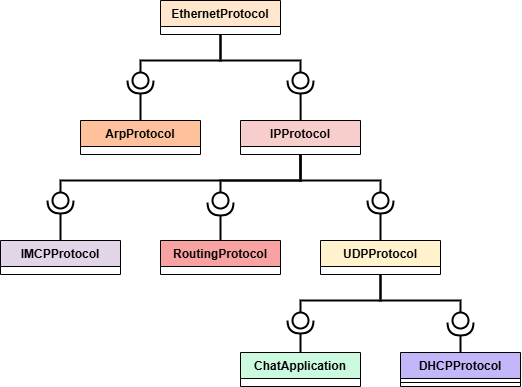
Above: appliedprog/diagrams/week18-protocol-tree.png in RichardMorris/TRUR3125-Applied-Programming-26-27 (draw.io), before the change. Source tidied: cells renumbered, new cells last; positions are measured from the earlier drawing's top-left corner, leaving out a move shared by most shapes.
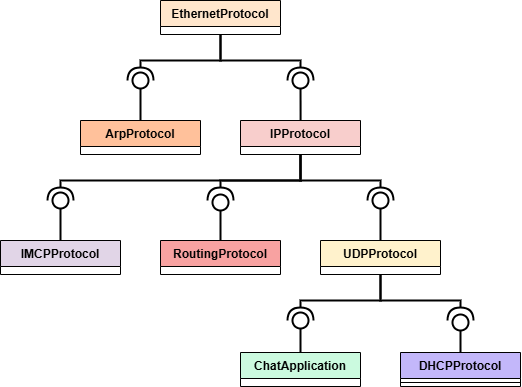
After the change.

Change to the diagram source:
```diff
@@ -8,12 +8,12 @@
     <mxCell id="3" value="IMCPProtocol" style="swimlane;fontStyle=1;align=center;verticalAlign=top;horizontal=1;startSize=26;whiteSpace=wrap;html=1;fillColor=#E1D5E7;" parent="1" vertex="1">
       <mxGeometry y="240" width="120" height="34" as="geometry" />
     </mxCell>
-    <mxCell id="4" style="rounded=0;jettySize=auto;html=1;endArrow=halfCircle;endFill=0;endSize=10;strokeWidth=2;sketch=0;" parent="1" edge="1" source="21">
+    <mxCell id="4" style="rounded=0;jettySize=auto;html=1;endArrow=oval;endFill=0;endSize=16;strokeWidth=2;sketch=0;strokeColor=default;align=center;verticalAlign=middle;fontFamily=Helvetica;fontSize=11;fontColor=default;labelBackgroundColor=default;sourcePerimeterSpacing=0;targetPerimeterSpacing=0;" parent="1" edge="1" source="21">
       <mxGeometry relative="1" as="geometry">
         <mxPoint x="140" y="80" as="targetPoint" />
       </mxGeometry>
     </mxCell>
-    <mxCell id="5" style="rounded=0;jettySize=auto;html=1;endArrow=oval;endFill=0;sketch=0;sourcePerimeterSpacing=0;targetPerimeterSpacing=0;endSize=16;strokeWidth=2;edgeStyle=orthogonalEdgeStyle;" parent="1" edge="1" source="18">
+    <mxCell id="5" style="rounded=0;jettySize=auto;html=1;endArrow=halfCircle;endFill=0;sketch=0;sourcePerimeterSpacing=0;targetPerimeterSpacing=0;endSize=10;strokeWidth=2;edgeStyle=orthogonalEdgeStyle;strokeColor=default;align=center;verticalAlign=middle;fontFamily=Helvetica;fontSize=11;fontColor=default;labelBackgroundColor=default;" parent="1" edge="1" source="18">
       <mxGeometry relative="1" as="geometry">
         <mxPoint x="300" y="80" as="targetPoint" />
         <Array as="points">
@@ -22,7 +22,7 @@
         </Array>
       </mxGeometry>
     </mxCell>
-    <mxCell id="6" style="rounded=0;jettySize=auto;html=1;endArrow=oval;endFill=0;sketch=0;sourcePerimeterSpacing=0;targetPerimeterSpacing=0;endSize=16;strokeWidth=2;edgeStyle=orthogonalEdgeStyle;" parent="1" edge="1" source="17">
+    <mxCell id="6" style="rounded=0;jettySize=auto;html=1;endArrow=halfCircle;endFill=0;sketch=0;sourcePerimeterSpacing=0;targetPerimeterSpacing=0;endSize=10;strokeWidth=2;edgeStyle=orthogonalEdgeStyle;strokeColor=default;align=center;verticalAlign=middle;fontFamily=Helvetica;fontSize=11;fontColor=default;labelBackgroundColor=default;" parent="1" edge="1" source="17">
       <mxGeometry relative="1" as="geometry">
         <mxPoint x="220" y="200" as="targetPoint" />
         <Array as="points">
@@ -31,7 +31,7 @@
         </Array>
       </mxGeometry>
     </mxCell>
-    <mxCell id="7" style="rounded=0;jettySize=auto;html=1;endArrow=oval;endFill=0;sketch=0;sourcePerimeterSpacing=0;targetPerimeterSpacing=0;endSize=16;strokeWidth=2;edgeStyle=orthogonalEdgeStyle;" parent="1" edge="1" source="17">
+    <mxCell id="7" style="rounded=0;jettySize=auto;html=1;endArrow=halfCircle;endFill=0;sketch=0;sourcePerimeterSpacing=0;targetPerimeterSpacing=0;endSize=10;strokeWidth=2;edgeStyle=orthogonalEdgeStyle;strokeColor=default;align=center;verticalAlign=middle;fontFamily=Helvetica;fontSize=11;fontColor=default;labelBackgroundColor=default;" parent="1" edge="1" source="17">
       <mxGeometry relative="1" as="geometry">
         <mxPoint x="380" y="200" as="targetPoint" />
         <Array as="points">
@@ -40,12 +40,12 @@
         </Array>
       </mxGeometry>
     </mxCell>
-    <mxCell id="8" style="rounded=0;jettySize=auto;html=1;endArrow=halfCircle;endFill=0;endSize=10;strokeWidth=2;sketch=0;" parent="1" edge="1" source="3">
+    <mxCell id="8" style="rounded=0;jettySize=auto;html=1;endArrow=oval;endFill=0;endSize=16;strokeWidth=2;sketch=0;strokeColor=default;align=center;verticalAlign=middle;fontFamily=Helvetica;fontSize=11;fontColor=default;labelBackgroundColor=default;sourcePerimeterSpacing=0;targetPerimeterSpacing=0;" parent="1" edge="1" source="3">
       <mxGeometry relative="1" as="geometry">
         <mxPoint x="60" y="200" as="targetPoint" />
       </mxGeometry>
     </mxCell>
-    <mxCell id="9" style="rounded=0;jettySize=auto;html=1;endArrow=halfCircle;endFill=0;endSize=10;strokeWidth=2;sketch=0;" parent="1" edge="1" source="2">
+    <mxCell id="9" style="rounded=0;jettySize=auto;html=1;endArrow=oval;endFill=0;endSize=16;strokeWidth=2;sketch=0;strokeColor=default;align=center;verticalAlign=middle;fontFamily=Helvetica;fontSize=11;fontColor=default;labelBackgroundColor=default;sourcePerimeterSpacing=0;targetPerimeterSpacing=0;" parent="1" edge="1" source="2">
       <mxGeometry relative="1" as="geometry">
         <mxPoint x="380" y="200" as="targetPoint" />
       </mxGeometry>
@@ -53,12 +53,12 @@
     <mxCell id="10" value="ChatApplication" style="swimlane;fontStyle=1;align=center;verticalAlign=top;horizontal=1;startSize=26;whiteSpace=wrap;html=1;fillColor=#CBFADF;" parent="1" vertex="1">
       <mxGeometry x="240" y="352" width="120" height="34" as="geometry" />
     </mxCell>
-    <mxCell id="11" style="rounded=0;jettySize=auto;html=1;endArrow=halfCircle;endFill=0;endSize=10;strokeWidth=2;sketch=0;" parent="1" edge="1" source="10">
+    <mxCell id="11" style="rounded=0;jettySize=auto;html=1;endArrow=oval;endFill=0;endSize=16;strokeWidth=2;sketch=0;strokeColor=default;align=center;verticalAlign=middle;fontFamily=Helvetica;fontSize=11;fontColor=default;labelBackgroundColor=default;sourcePerimeterSpacing=0;targetPerimeterSpacing=0;" parent="1" edge="1" source="10">
       <mxGeometry relative="1" as="geometry">
         <mxPoint x="300" y="320" as="targetPoint" />
       </mxGeometry>
     </mxCell>
-    <mxCell id="12" style="rounded=0;jettySize=auto;html=1;endArrow=oval;endFill=0;sketch=0;sourcePerimeterSpacing=0;targetPerimeterSpacing=0;endSize=16;strokeWidth=2;edgeStyle=orthogonalEdgeStyle;" parent="1" edge="1" source="2">
+    <mxCell id="12" style="rounded=0;jettySize=auto;html=1;endArrow=halfCircle;endFill=0;sketch=0;sourcePerimeterSpacing=0;targetPerimeterSpacing=0;endSize=10;strokeWidth=2;edgeStyle=orthogonalEdgeStyle;strokeColor=default;align=center;verticalAlign=middle;fontFamily=Helvetica;fontSize=11;fontColor=default;labelBackgroundColor=default;" parent="1" edge="1" source="2">
       <mxGeometry relative="1" as="geometry">
         <mxPoint x="460" y="320" as="targetPoint" />
         <Array as="points">
@@ -73,12 +73,12 @@
     <mxCell id="14" style="line;strokeWidth=1;fillColor=none;align=left;verticalAlign=middle;spacingTop=-1;spacingLeft=3;spacingRight=3;labelPosition=right;strokeColor=inherit;" parent="13" vertex="1">
       <mxGeometry y="26" width="120" height="8" as="geometry" />
     </mxCell>
-    <mxCell id="15" style="rounded=0;jettySize=auto;html=1;endArrow=halfCircle;endFill=0;endSize=10;strokeWidth=2;sketch=0;" parent="1" edge="1" source="13">
+    <mxCell id="15" style="rounded=0;jettySize=auto;html=1;endArrow=oval;endFill=0;endSize=16;strokeWidth=2;sketch=0;strokeColor=default;align=center;verticalAlign=middle;fontFamily=Helvetica;fontSize=11;fontColor=default;labelBackgroundColor=default;sourcePerimeterSpacing=0;targetPerimeterSpacing=0;" parent="1" edge="1" source="13">
       <mxGeometry relative="1" as="geometry">
         <mxPoint x="460" y="322" as="targetPoint" />
       </mxGeometry>
     </mxCell>
-    <mxCell id="16" style="rounded=0;jettySize=auto;html=1;endArrow=oval;endFill=0;sketch=0;sourcePerimeterSpacing=0;targetPerimeterSpacing=0;endSize=16;strokeWidth=2;edgeStyle=orthogonalEdgeStyle;" parent="1" edge="1" source="2">
+    <mxCell id="16" style="rounded=0;jettySize=auto;html=1;endArrow=halfCircle;endFill=0;sketch=0;sourcePerimeterSpacing=0;targetPerimeterSpacing=0;endSize=10;strokeWidth=2;edgeStyle=orthogonalEdgeStyle;strokeColor=default;align=center;verticalAlign=middle;fontFamily=Helvetica;fontSize=11;fontColor=default;labelBackgroundColor=default;" parent="1" edge="1" source="2">
       <mxGeometry relative="1" as="geometry">
         <mxPoint x="300" y="320" as="targetPoint" />
         <Array as="points">
@@ -93,12 +93,12 @@
     <mxCell id="18" value="EthernetProtocol" style="swimlane;fontStyle=1;align=center;verticalAlign=top;horizontal=1;startSize=26;whiteSpace=wrap;html=1;fillColor=#FFE6CC;" parent="1" vertex="1">
       <mxGeometry x="160" width="120" height="34" as="geometry" />
     </mxCell>
-    <mxCell id="19" style="rounded=0;jettySize=auto;html=1;endArrow=halfCircle;endFill=0;endSize=10;strokeWidth=2;sketch=0;edgeStyle=orthogonalEdgeStyle;" parent="1" edge="1" source="17">
+    <mxCell id="19" style="rounded=0;jettySize=auto;html=1;endArrow=oval;endFill=0;endSize=16;strokeWidth=2;sketch=0;edgeStyle=orthogonalEdgeStyle;strokeColor=default;align=center;verticalAlign=middle;fontFamily=Helvetica;fontSize=11;fontColor=default;labelBackgroundColor=default;sourcePerimeterSpacing=0;targetPerimeterSpacing=0;" parent="1" edge="1" source="17">
       <mxGeometry relative="1" as="geometry">
         <mxPoint x="300" y="80" as="targetPoint" />
       </mxGeometry>
     </mxCell>
-    <mxCell id="20" style="rounded=0;jettySize=auto;html=1;endArrow=oval;endFill=0;sketch=0;sourcePerimeterSpacing=0;targetPerimeterSpacing=0;endSize=16;strokeWidth=2;edgeStyle=orthogonalEdgeStyle;" parent="1" edge="1" source="18">
+    <mxCell id="20" style="rounded=0;jettySize=auto;html=1;endArrow=halfCircle;endFill=0;sketch=0;sourcePerimeterSpacing=0;targetPerimeterSpacing=0;endSize=10;strokeWidth=2;edgeStyle=orthogonalEdgeStyle;strokeColor=default;align=center;verticalAlign=middle;fontFamily=Helvetica;fontSize=11;fontColor=default;labelBackgroundColor=default;" parent="1" edge="1" source="18">
       <mxGeometry relative="1" as="geometry">
         <mxPoint x="140" y="80" as="targetPoint" />
         <Array as="points">
@@ -113,7 +113,7 @@
     <mxCell id="22" value="RoutingProtocol" style="swimlane;fontStyle=1;align=center;verticalAlign=top;horizontal=1;startSize=26;whiteSpace=wrap;html=1;fillColor=#F8A2A1;" parent="1" vertex="1">
       <mxGeometry x="160" y="240" width="120" height="34" as="geometry" />
     </mxCell>
-    <mxCell id="23" style="rounded=0;jettySize=auto;html=1;endArrow=oval;endFill=0;sketch=0;sourcePerimeterSpacing=0;targetPerimeterSpacing=0;endSize=16;strokeWidth=2;edgeStyle=orthogonalEdgeStyle;" parent="1" edge="1" source="17">
+    <mxCell id="23" style="rounded=0;jettySize=auto;html=1;endArrow=halfCircle;endFill=0;sketch=0;sourcePerimeterSpacing=0;targetPerimeterSpacing=0;endSize=10;strokeWidth=2;edgeStyle=orthogonalEdgeStyle;strokeColor=default;align=center;verticalAlign=middle;fontFamily=Helvetica;fontSize=11;fontColor=default;labelBackgroundColor=default;" parent="1" edge="1" source="17">
       <mxGeometry relative="1" as="geometry">
         <mxPoint x="60" y="200" as="targetPoint" />
         <Array as="points">
@@ -122,7 +122,7 @@
         </Array>
       </mxGeometry>
     </mxCell>
-    <mxCell id="24" style="rounded=0;jettySize=auto;html=1;endArrow=halfCircle;endFill=0;endSize=10;strokeWidth=2;sketch=0;" parent="1" edge="1" source="22">
+    <mxCell id="24" style="rounded=0;jettySize=auto;html=1;endArrow=oval;endFill=0;endSize=16;strokeWidth=2;sketch=0;strokeColor=default;align=center;verticalAlign=middle;fontFamily=Helvetica;fontSize=11;fontColor=default;labelBackgroundColor=default;sourcePerimeterSpacing=0;targetPerimeterSpacing=0;" parent="1" edge="1" source="22">
       <mxGeometry relative="1" as="geometry">
         <mxPoint x="220" y="202" as="targetPoint" />
       </mxGeometry>
```
